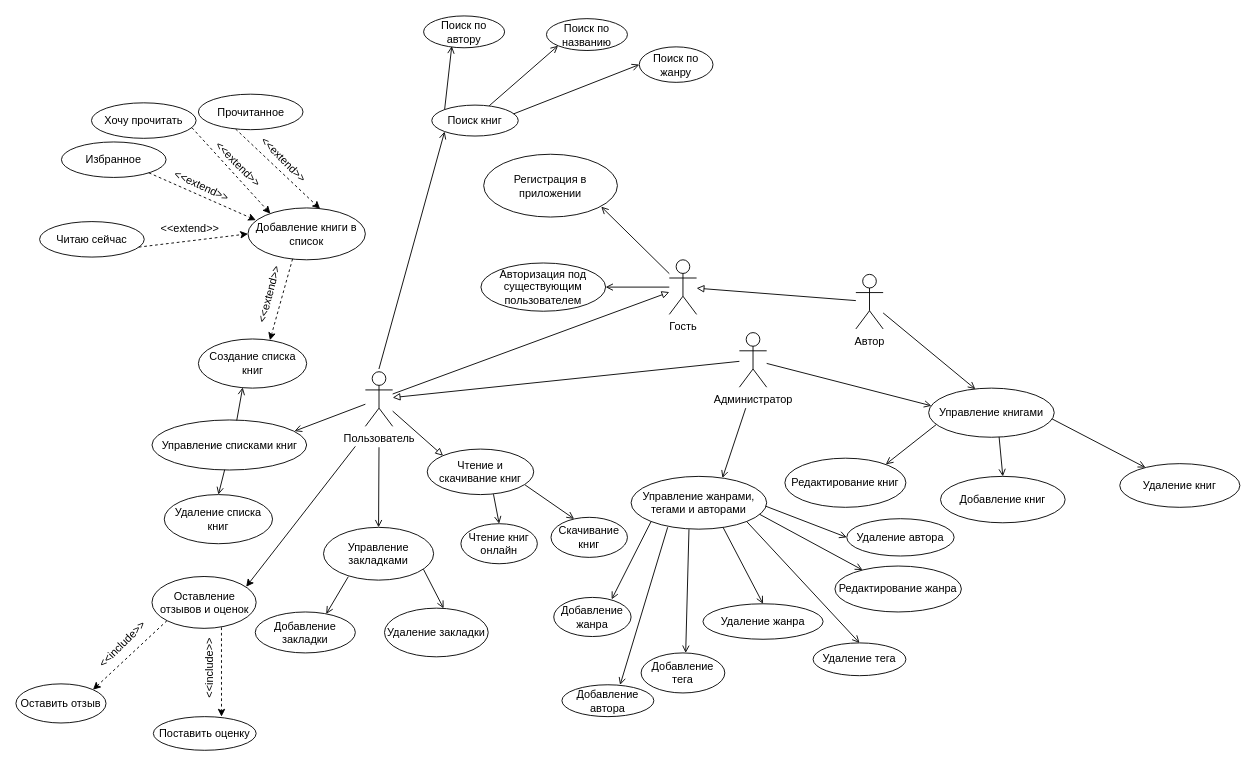
Halwahm/Univer keeps this draw.io diagram as 4 COURSE/KP 4-1/use-case.drawio. Above is the earlier version. Source tidied: cells renumbered, new cells numbered last; positions are measured from the earlier drawing's top-left corner, leaving out a move shared by most shapes. Both pictures are drawn from the tidied source at 91%, with x=0, y=0 at pixel (15, 15).
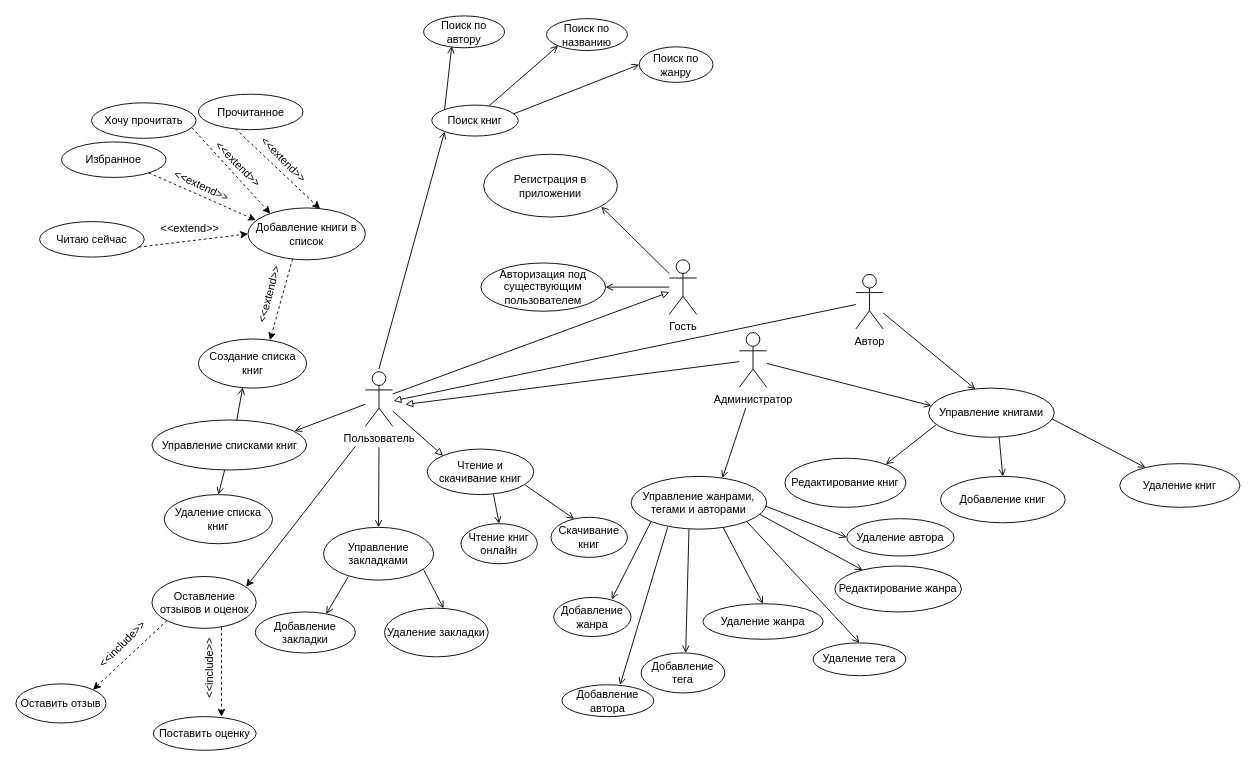
The same diagram, later.

Unchanged cells that the change refers to:
```xml
<mxCell id="3" value="Гость" style="shape=umlActor;verticalLabelPosition=bottom;verticalAlign=top;html=1;outlineConnect=0;" parent="1" vertex="1">
  <mxGeometry x="718" y="268" width="30" height="60" as="geometry" />
</mxCell>
<mxCell id="6" value="Администратор" style="shape=umlActor;verticalLabelPosition=bottom;verticalAlign=top;html=1;outlineConnect=0;" parent="1" vertex="1">
  <mxGeometry x="795" y="348" width="30" height="60" as="geometry" />
</mxCell>
<mxCell id="7" value="Пользователь" style="shape=umlActor;verticalLabelPosition=bottom;verticalAlign=top;html=1;outlineConnect=0;" parent="1" vertex="1">
  <mxGeometry x="384" y="391" width="30" height="60" as="geometry" />
</mxCell>
<mxCell id="8" value="Автор" style="shape=umlActor;verticalLabelPosition=bottom;verticalAlign=top;html=1;outlineConnect=0;" parent="1" vertex="1">
  <mxGeometry x="923" y="284" width="30" height="60" as="geometry" />
</mxCell>
```

What changed in the source:
```diff
@@
-    <mxCell id="13" style="endArrow=none;html=1;rounded=0;endFill=0;startArrow=block;startFill=0;" parent="1" edge="1" source="3" target="8">
-      <mxGeometry relative="1" as="geometry" />
+    <mxCell id="13" style="endArrow=none;html=1;rounded=0;endFill=0;startArrow=block;startFill=0;" parent="1" edge="1" target="8">
+      <mxGeometry relative="1" as="geometry">
+        <mxPoint x="415" y="423" as="sourcePoint" />
+      </mxGeometry>
     </mxCell>
@@
-    <mxCell id="23" style="endArrow=block;html=1;rounded=0;endFill=0;" parent="1" edge="1" source="6" target="7">
-      <mxGeometry relative="1" as="geometry" />
+    <mxCell id="23" style="endArrow=block;html=1;rounded=0;endFill=0;" parent="1" edge="1" source="6">
+      <mxGeometry relative="1" as="geometry">
+        <mxPoint x="428" y="427" as="targetPoint" />
+      </mxGeometry>
     </mxCell>
```
